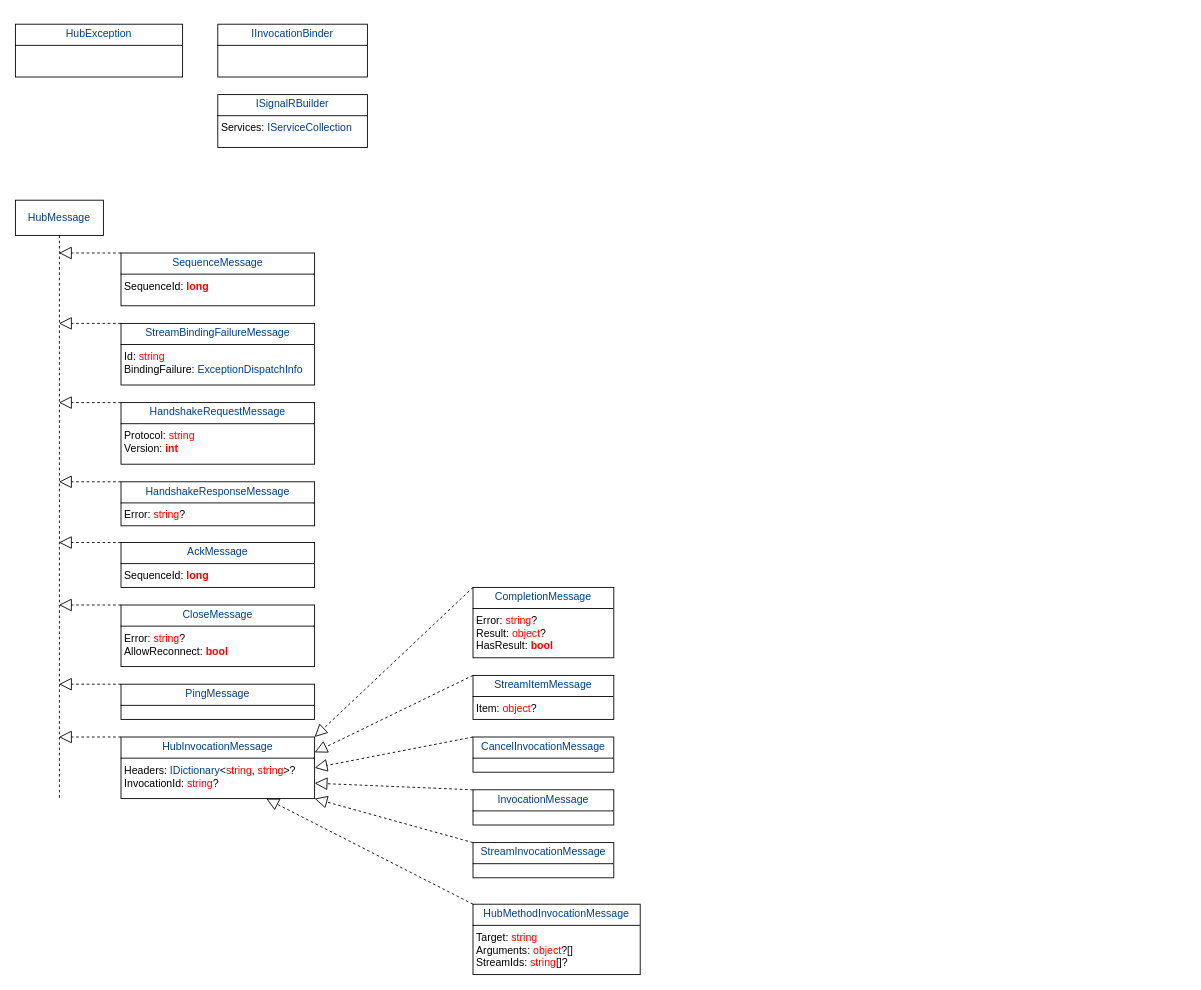
Above: SignalR/SignalR.drawio in KondyubaBA/AspNetCore-doc (draw.io), before the change. Source tidied: cells renumbered, new cells numbered last; positions are measured from the earlier drawing's top-left corner, leaving out a move shared by most shapes. Both pictures are drawn from the tidied source at 88%, with x=0, y=0 at pixel (15, 24).
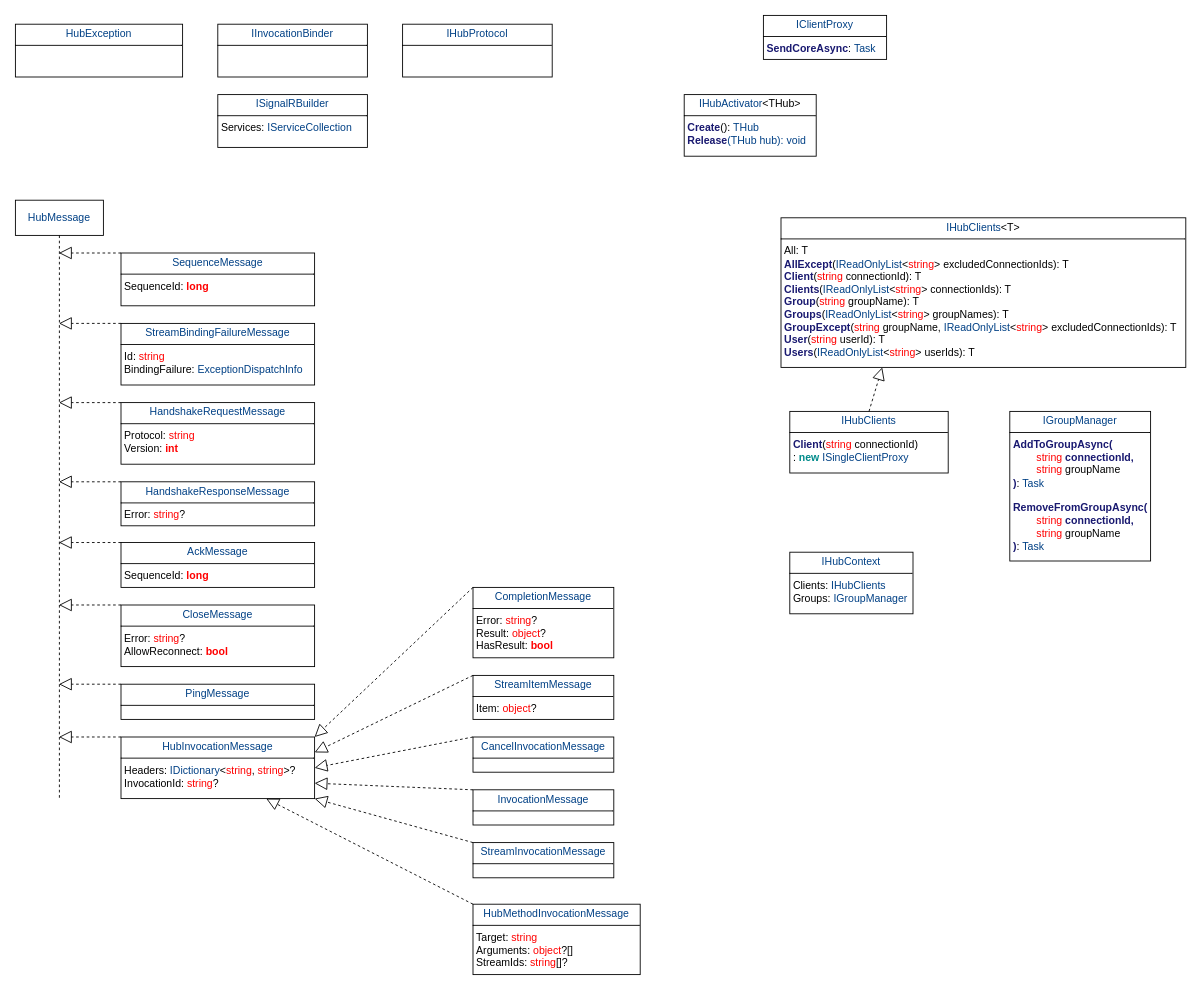
Above is the later version.

The edit, as a diff of the source:
```diff
@@
+    <mxCell id="34" value="&lt;p style=&quot;margin:0px;margin-top:4px;text-align:center;&quot;&gt;&lt;span style=&quot;color: rgb(0, 64, 133);&quot;&gt;IHubProtocol&lt;/span&gt;&lt;/p&gt;&lt;hr size=&quot;1&quot; style=&quot;border-style:solid;&quot;&gt;&lt;p style=&quot;margin:0px;margin-left:4px;&quot;&gt;&lt;br&gt;&lt;/p&gt;" style="verticalAlign=top;align=left;overflow=fill;html=1;whiteSpace=wrap;" parent="1" vertex="1">
+      <mxGeometry x="440" width="170" height="60" as="geometry" />
+    </mxCell>
+    <mxCell id="35" value="&lt;p style=&quot;margin:0px;margin-top:4px;text-align:center;&quot;&gt;&lt;span style=&quot;color: rgb(0, 64, 133);&quot;&gt;IClientProxy&lt;/span&gt;&lt;/p&gt;&lt;hr size=&quot;1&quot; style=&quot;border-style:solid;&quot;&gt;&lt;p style=&quot;margin:0px;margin-left:4px;&quot;&gt;&lt;span style=&quot;color: rgb(25, 25, 112); font-weight: bold; background-color: transparent;&quot;&gt;SendCoreAsync&lt;/span&gt;:&amp;nbsp;&lt;span style=&quot;color: rgb(0, 64, 133); background-color: transparent;&quot;&gt;Task&lt;/span&gt;&lt;/p&gt;" style="verticalAlign=top;align=left;overflow=fill;html=1;whiteSpace=wrap;" parent="1" vertex="1">
+      <mxGeometry x="850" y="-10" width="140" height="50" as="geometry" />
+    </mxCell>
+    <mxCell id="36" value="&lt;p style=&quot;margin:0px;margin-top:4px;text-align:center;&quot;&gt;&lt;span style=&quot;color: rgb(0, 64, 133);&quot;&gt;IGroupManager&lt;/span&gt;&lt;/p&gt;&lt;hr size=&quot;1&quot; style=&quot;border-style:solid;&quot;&gt;&lt;p style=&quot;margin:0px;margin-left:4px;&quot;&gt;&lt;span style=&quot;color: rgb(25, 25, 112); font-weight: bold; background-color: transparent;&quot;&gt;AddToGroupAsync(&lt;/span&gt;&lt;/p&gt;&lt;p style=&quot;margin:0px;margin-left:4px;&quot;&gt;&lt;span style=&quot;color: rgb(25, 25, 112); font-weight: bold; background-color: transparent;&quot;&gt;&lt;span style=&quot;color: rgb(255, 0, 0); font-weight: normal;&quot;&gt;&lt;span style=&quot;white-space: pre;&quot;&gt;&#9;&lt;/span&gt;string&lt;/span&gt; connectionId,&lt;/span&gt;&lt;/p&gt;&lt;p style=&quot;margin:0px;margin-left:4px;&quot;&gt;&lt;span style=&quot;background-color: transparent; color: rgb(255, 0, 0);&quot;&gt;&lt;span style=&quot;white-space: pre;&quot;&gt;&#9;&lt;/span&gt;string&lt;/span&gt;&lt;span style=&quot;background-color: transparent; color: light-dark(rgb(0, 0, 0), rgb(255, 255, 255));&quot;&gt; groupName&lt;/span&gt;&lt;/p&gt;&lt;p style=&quot;margin:0px;margin-left:4px;&quot;&gt;&lt;span style=&quot;color: rgb(25, 25, 112); font-weight: bold; background-color: transparent;&quot;&gt;)&lt;/span&gt;:&amp;nbsp;&lt;span style=&quot;color: rgb(0, 64, 133); background-color: transparent;&quot;&gt;Task&lt;/span&gt;&lt;/p&gt;&lt;p style=&quot;margin:0px;margin-left:4px;&quot;&gt;&lt;span style=&quot;color: rgb(0, 64, 133); background-color: transparent;&quot;&gt;&lt;br&gt;&lt;/span&gt;&lt;/p&gt;&lt;p style=&quot;margin: 0px 0px 0px 4px;&quot;&gt;&lt;span style=&quot;color: rgb(25, 25, 112); font-weight: bold; background-color: transparent;&quot;&gt;&lt;span style=&quot;background-color: transparent;&quot;&gt;RemoveFromGroupAsync&lt;/span&gt;(&lt;/span&gt;&lt;/p&gt;&lt;p style=&quot;margin: 0px 0px 0px 4px;&quot;&gt;&lt;span style=&quot;color: rgb(25, 25, 112); font-weight: bold; background-color: transparent;&quot;&gt;&lt;span style=&quot;color: rgb(255, 0, 0); font-weight: normal;&quot;&gt;&lt;span style=&quot;white-space: pre;&quot;&gt;&#9;&lt;/span&gt;string&lt;/span&gt;&amp;nbsp;connectionId,&lt;/span&gt;&lt;/p&gt;&lt;p style=&quot;margin: 0px 0px 0px 4px;&quot;&gt;&lt;span style=&quot;background-color: transparent; color: rgb(255, 0, 0);&quot;&gt;&lt;span style=&quot;white-space: pre;&quot;&gt;&#9;&lt;/span&gt;string&lt;/span&gt;&lt;span style=&quot;background-color: transparent; color: light-dark(rgb(0, 0, 0), rgb(255, 255, 255));&quot;&gt;&amp;nbsp;groupName&lt;/span&gt;&lt;/p&gt;&lt;p style=&quot;margin:0px;margin-left:4px;&quot;&gt;&lt;span style=&quot;color: rgb(0, 64, 133); background-color: transparent;&quot;&gt;&lt;/span&gt;&lt;/p&gt;&lt;p style=&quot;margin: 0px 0px 0px 4px;&quot;&gt;&lt;span style=&quot;color: rgb(25, 25, 112); font-weight: bold; background-color: transparent;&quot;&gt;)&lt;/span&gt;:&amp;nbsp;&lt;span style=&quot;color: rgb(0, 64, 133); background-color: transparent;&quot;&gt;Task&lt;/span&gt;&lt;/p&gt;" style="verticalAlign=top;align=left;overflow=fill;html=1;whiteSpace=wrap;" parent="1" vertex="1">
+      <mxGeometry x="1130" y="440" width="160" height="170" as="geometry" />
+    </mxCell>
+    <mxCell id="37" value="&lt;p style=&quot;margin:0px;margin-top:4px;text-align:center;&quot;&gt;&lt;span style=&quot;color: rgb(0, 64, 133);&quot;&gt;IHubActivator&lt;/span&gt;&amp;lt;THub&amp;gt;&lt;/p&gt;&lt;hr size=&quot;1&quot; style=&quot;border-style:solid;&quot;&gt;&lt;p style=&quot;margin:0px;margin-left:4px;&quot;&gt;&lt;span style=&quot;background-color: transparent; color: rgb(25, 25, 112); font-weight: bold;&quot;&gt;Create&lt;/span&gt;&lt;span style=&quot;background-color: transparent; color: light-dark(rgb(0, 0, 0), rgb(255, 255, 255));&quot;&gt;()&lt;/span&gt;:&amp;nbsp;&lt;span style=&quot;color: rgb(0, 64, 133); background-color: transparent;&quot;&gt;THub&lt;/span&gt;&lt;/p&gt;&lt;p style=&quot;margin:0px;margin-left:4px;&quot;&gt;&lt;span style=&quot;color: rgb(0, 64, 133); background-color: transparent;&quot;&gt;&lt;span style=&quot;color: rgb(25, 25, 112); font-weight: bold;&quot;&gt;Release&lt;/span&gt;(THub hub): void&lt;/span&gt;&lt;/p&gt;" style="verticalAlign=top;align=left;overflow=fill;html=1;whiteSpace=wrap;" parent="1" vertex="1">
+      <mxGeometry x="760" y="80" width="150" height="70" as="geometry" />
+    </mxCell>
+    <mxCell id="38" value="&lt;p style=&quot;margin:0px;margin-top:4px;text-align:center;&quot;&gt;&lt;span style=&quot;color: rgb(0, 64, 133);&quot;&gt;IHubClients&lt;/span&gt;&amp;lt;T&amp;gt;&lt;/p&gt;&lt;hr size=&quot;1&quot; style=&quot;border-style:solid;&quot;&gt;&lt;p style=&quot;margin:0px;margin-left:4px;&quot;&gt;All: T&lt;/p&gt;&lt;p style=&quot;margin:0px;margin-left:4px;&quot;&gt;&lt;span style=&quot;color: rgb(25, 25, 112); font-weight: bold;&quot;&gt;AllExcept&lt;/span&gt;(&lt;span style=&quot;color: rgb(0, 64, 133);&quot;&gt;IReadOnlyList&lt;/span&gt;&amp;lt;&lt;span style=&quot;color: rgb(255, 0, 0);&quot;&gt;string&lt;/span&gt;&amp;gt; excludedConnectionIds): T&lt;/p&gt;&lt;p style=&quot;margin:0px;margin-left:4px;&quot;&gt;&lt;span style=&quot;color: rgb(25, 25, 112); font-weight: bold;&quot;&gt;Client&lt;/span&gt;(&lt;span style=&quot;color: rgb(255, 0, 0);&quot;&gt;string&lt;/span&gt; connectionId): T&lt;/p&gt;&lt;p style=&quot;margin:0px;margin-left:4px;&quot;&gt;&lt;span style=&quot;color: rgb(25, 25, 112); font-weight: bold;&quot;&gt;Clients&lt;/span&gt;(&lt;span style=&quot;color: rgb(0, 64, 133);&quot;&gt;IReadOnlyList&lt;/span&gt;&amp;lt;&lt;span style=&quot;color: rgb(255, 0, 0);&quot;&gt;string&lt;/span&gt;&amp;gt; connectionIds): T&lt;/p&gt;&lt;p style=&quot;margin:0px;margin-left:4px;&quot;&gt;&lt;span style=&quot;color: rgb(25, 25, 112); font-weight: bold;&quot;&gt;Group&lt;/span&gt;(&lt;span style=&quot;color: rgb(255, 0, 0);&quot;&gt;string&lt;/span&gt; groupName): T&lt;/p&gt;&lt;p style=&quot;margin:0px;margin-left:4px;&quot;&gt;&lt;span style=&quot;color: rgb(25, 25, 112); font-weight: bold;&quot;&gt;Groups&lt;/span&gt;(&lt;span style=&quot;color: rgb(0, 64, 133);&quot;&gt;IReadOnlyList&lt;/span&gt;&amp;lt;&lt;span style=&quot;color: rgb(255, 0, 0);&quot;&gt;string&lt;/span&gt;&amp;gt; groupNames): T&lt;/p&gt;&lt;p style=&quot;margin:0px;margin-left:4px;&quot;&gt;&lt;span style=&quot;color: rgb(25, 25, 112); font-weight: bold;&quot;&gt;GroupExcept&lt;/span&gt;(&lt;span style=&quot;color: rgb(255, 0, 0);&quot;&gt;string&lt;/span&gt; groupName, &lt;span style=&quot;color: rgb(0, 64, 133);&quot;&gt;IReadOnlyList&lt;/span&gt;&amp;lt;&lt;span style=&quot;color: rgb(255, 0, 0);&quot;&gt;string&lt;/span&gt;&amp;gt; excludedConnectionIds): T&lt;/p&gt;&lt;p style=&quot;margin:0px;margin-left:4px;&quot;&gt;&lt;span style=&quot;color: rgb(25, 25, 112); font-weight: bold;&quot;&gt;User&lt;/span&gt;(&lt;span style=&quot;color: rgb(255, 0, 0);&quot;&gt;string&lt;/span&gt; userId): T&lt;/p&gt;&lt;p style=&quot;margin:0px;margin-left:4px;&quot;&gt;&lt;span style=&quot;color: rgb(25, 25, 112); font-weight: bold;&quot;&gt;Users&lt;/span&gt;(&lt;span style=&quot;color: rgb(0, 64, 133);&quot;&gt;IReadOnlyList&lt;/span&gt;&amp;lt;&lt;span style=&quot;color: rgb(255, 0, 0);&quot;&gt;string&lt;/span&gt;&amp;gt; userIds): T&lt;/p&gt;" style="verticalAlign=top;align=left;overflow=fill;html=1;whiteSpace=wrap;" parent="1" vertex="1">
+      <mxGeometry x="870" y="220" width="460" height="170" as="geometry" />
+    </mxCell>
+    <mxCell id="39" value="&lt;p style=&quot;margin:0px;margin-top:4px;text-align:center;&quot;&gt;&lt;span style=&quot;color: rgb(0, 64, 133);&quot;&gt;IHubContext&lt;/span&gt;&lt;/p&gt;&lt;hr size=&quot;1&quot; style=&quot;border-style:solid;&quot;&gt;&lt;p style=&quot;margin:0px;margin-left:4px;&quot;&gt;&lt;span style=&quot;background-color: transparent; color: light-dark(rgb(0, 0, 0), rgb(255, 255, 255));&quot;&gt;Clients&lt;/span&gt;:&amp;nbsp;&lt;span style=&quot;color: rgb(0, 64, 133); background-color: transparent;&quot;&gt;IHubClients&lt;/span&gt;&lt;/p&gt;&lt;p style=&quot;margin:0px;margin-left:4px;&quot;&gt;Groups:&amp;nbsp;&lt;span style=&quot;color: rgb(0, 64, 133); background-color: transparent;&quot;&gt;&lt;/span&gt;&lt;span style=&quot;color: rgb(0, 64, 133); background-color: transparent;&quot;&gt;IGroupManager&lt;/span&gt;&lt;/p&gt;" style="verticalAlign=top;align=left;overflow=fill;html=1;whiteSpace=wrap;" parent="1" vertex="1">
+      <mxGeometry x="880" y="600" width="140" height="70" as="geometry" />
+    </mxCell>
+    <mxCell id="40" value="&lt;p style=&quot;margin:0px;margin-top:4px;text-align:center;&quot;&gt;&lt;span style=&quot;color: rgb(0, 64, 133);&quot;&gt;IHubClients&lt;/span&gt;&lt;/p&gt;&lt;hr size=&quot;1&quot; style=&quot;border-style:solid;&quot;&gt;&lt;p style=&quot;margin:0px;margin-left:4px;&quot;&gt;&lt;span style=&quot;color: rgb(25, 25, 112); font-weight: bold;&quot;&gt;Client&lt;/span&gt;(&lt;span style=&quot;color: rgb(255, 0, 0);&quot;&gt;string&lt;/span&gt; connectionId)&lt;/p&gt;&lt;p style=&quot;margin:0px;margin-left:4px;&quot;&gt;:&amp;nbsp;&lt;span style=&quot;background-color: transparent; color: rgb(0, 139, 139); font-weight: bold;&quot;&gt;new&lt;/span&gt;&lt;span style=&quot;background-color: transparent; color: light-dark(rgb(0, 0, 0), rgb(255, 255, 255));&quot;&gt; &lt;/span&gt;&lt;span style=&quot;background-color: transparent; color: rgb(0, 64, 133);&quot;&gt;ISingleClientProxy&lt;/span&gt;&lt;span style=&quot;background-color: transparent; color: light-dark(rgb(0, 0, 0), rgb(255, 255, 255));&quot;&gt;&amp;nbsp;&lt;/span&gt;&lt;/p&gt;" style="verticalAlign=top;align=left;overflow=fill;html=1;whiteSpace=wrap;" parent="1" vertex="1">
+      <mxGeometry x="880" y="440" width="180" height="70" as="geometry" />
+    </mxCell>
+    <mxCell id="41" style="endArrow=block;dashed=1;endFill=0;endSize=12;html=1;rounded=0;entryX=0.25;entryY=1;entryDx=0;entryDy=0;exitX=0.5;exitY=0;exitDx=0;exitDy=0;" parent="1" edge="1" source="40" target="38">
+      <mxGeometry relative="1" as="geometry" />
+    </mxCell>
```
